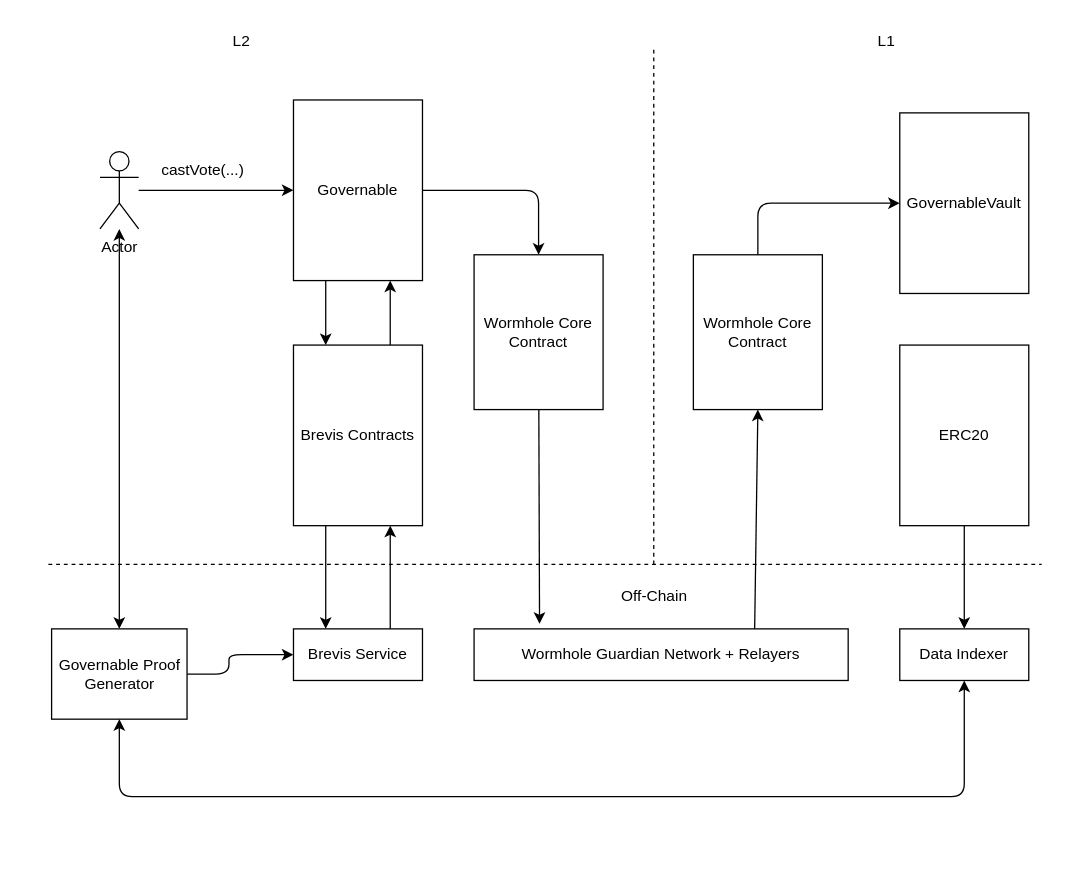
This is docs/arch.drawio from Governable/governable-ui, a draw.io file, before an edit. Source tidied: cells renumbered, new cells numbered last; positions are measured from the earlier drawing's top-left corner, leaving out a move shared by most shapes. Both pictures are drawn from the tidied source at 129%, with x=0, y=0 at pixel (48, 22).
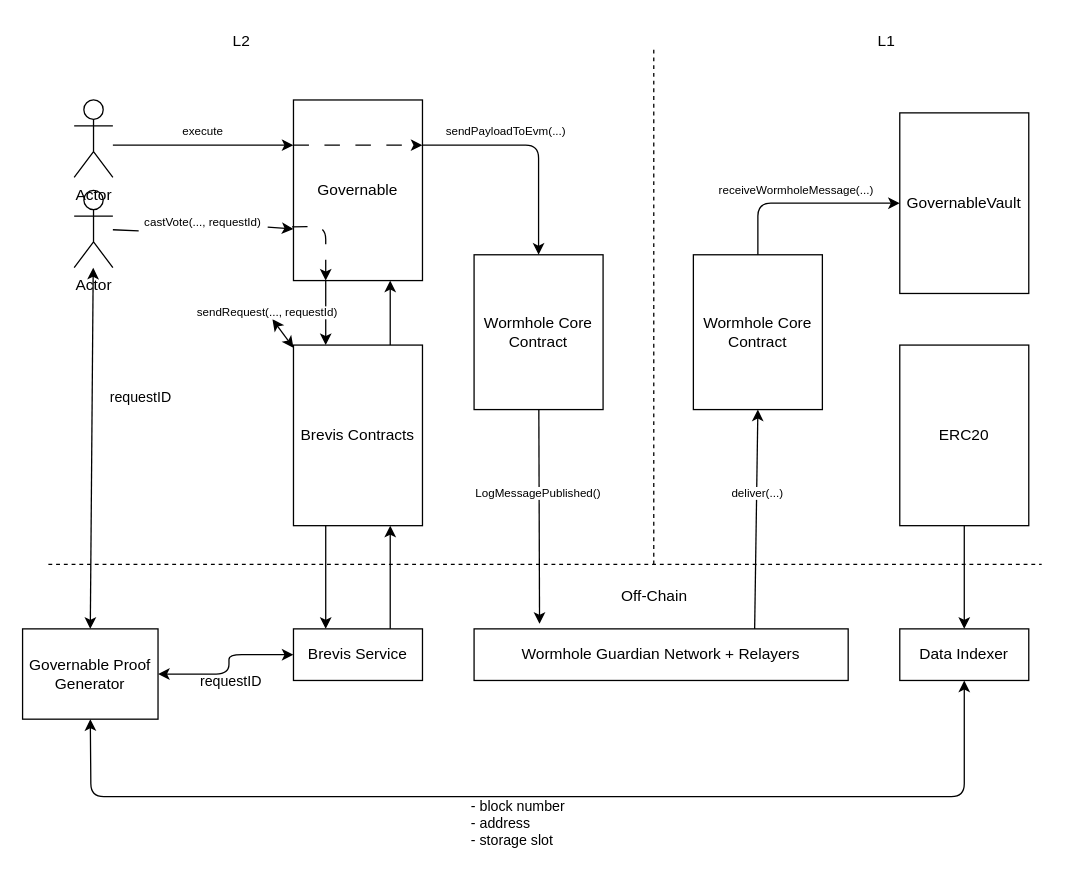
The same diagram, later.

Unchanged cells that the change refers to:
```xml
<mxCell id="7" value="&lt;font color=&quot;#000000&quot;&gt;Governable&lt;/font&gt;" style="rounded=0;whiteSpace=wrap;html=1;fillColor=none;strokeColor=#000000;" parent="1" vertex="1">
  <mxGeometry x="190" y="60" width="100" height="140" as="geometry" />
</mxCell>
<mxCell id="11" value="&lt;font color=&quot;#000000&quot;&gt;Brevis Contracts&lt;/font&gt;" style="rounded=0;whiteSpace=wrap;html=1;fillColor=none;strokeColor=#000000;" parent="1" vertex="1">
  <mxGeometry x="190" y="250" width="100" height="140" as="geometry" />
</mxCell>
<mxCell id="13" value="&lt;font color=&quot;#000000&quot;&gt;Brevis Service&lt;/font&gt;" style="rounded=0;whiteSpace=wrap;html=1;fillColor=none;strokeColor=#000000;" parent="1" vertex="1">
  <mxGeometry x="190" y="470" width="100" height="40" as="geometry" />
</mxCell>
<mxCell id="21" value="Wormhole Core&lt;br&gt;Contract" style="rounded=0;whiteSpace=wrap;html=1;labelBackgroundColor=none;strokeColor=#000000;fontColor=#000000;fillColor=none;" parent="1" vertex="1">
  <mxGeometry x="330" y="180" width="100" height="120" as="geometry" />
</mxCell>
<mxCell id="31" value="&lt;font color=&quot;#000000&quot;&gt;Data Indexer&lt;/font&gt;" style="rounded=0;whiteSpace=wrap;html=1;fillColor=none;strokeColor=#000000;" parent="1" vertex="1">
  <mxGeometry x="660" y="470" width="100" height="40" as="geometry" />
</mxCell>
```

The edit, as a diff of the source:
```diff
@@
-    <mxCell id="2" style="edgeStyle=none;html=1;entryX=0;entryY=0.5;entryDx=0;entryDy=0;fontColor=#000000;strokeColor=#000000;" parent="1" edge="1" source="4" target="7">
+    <mxCell id="2" style="edgeStyle=none;html=1;entryX=0;entryY=0.714;entryDx=0;entryDy=0;fontColor=#000000;strokeColor=#000000;entryPerimeter=0;startArrow=none;" parent="1" edge="1" source="8" target="7">
       <mxGeometry relative="1" as="geometry" />
     </mxCell>
@@
     <mxCell id="4" value="Actor" style="shape=umlActor;verticalLabelPosition=bottom;verticalAlign=top;html=1;outlineConnect=0;strokeColor=#000000;fillColor=none;" parent="1" vertex="1">
-      <mxGeometry x="40" y="100" width="30" height="60" as="geometry" />
+      <mxGeometry x="20" y="130" width="30" height="60" as="geometry" />
     </mxCell>
@@
-    <mxCell id="6" style="edgeStyle=none;html=1;entryX=0.5;entryY=0;entryDx=0;entryDy=0;strokeColor=#000000;fontColor=#000000;" parent="1" edge="1" source="7" target="21">
+    <mxCell id="6" style="edgeStyle=none;html=1;entryX=0.5;entryY=0;entryDx=0;entryDy=0;strokeColor=#000000;fontColor=#000000;exitX=1;exitY=0.25;exitDx=0;exitDy=0;" parent="1" edge="1" source="7" target="21">
       <mxGeometry relative="1" as="geometry">
         <Array as="points">
-          <mxPoint x="380" y="130" />
+          <mxPoint x="380" y="95" />
         </Array>
       </mxGeometry>
     </mxCell>
@@
-    <mxCell id="8" value="castVote(...)" style="text;html=1;strokeColor=none;fillColor=none;align=center;verticalAlign=middle;whiteSpace=wrap;rounded=0;labelBackgroundColor=none;fontColor=#000000;" parent="1" vertex="1">
-      <mxGeometry x="90" y="100" width="60" height="30" as="geometry" />
-    </mxCell>
@@
     <mxCell id="14" style="edgeStyle=none;html=1;strokeColor=#000000;fontColor=#000000;startArrow=classic;startFill=1;exitX=0.5;exitY=1;exitDx=0;exitDy=0;entryX=0.5;entryY=1;entryDx=0;entryDy=0;" parent="1" edge="1" source="16" target="31">
       <mxGeometry relative="1" as="geometry">
         <Array as="points">
-          <mxPoint x="55" y="600" />
+          <mxPoint x="33" y="600" />
           <mxPoint x="710" y="600" />
         </Array>
       </mxGeometry>
     </mxCell>
+    <mxCell id="32" value="- block number&lt;br&gt;- address&lt;br&gt;- storage slot" style="edgeLabel;html=1;align=left;verticalAlign=middle;labelBackgroundColor=none;fontColor=#000000;" parent="14" vertex="1">
+      <mxGeometry x="-0.08" relative="1" as="geometry">
+        <mxPoint x="-27" y="20" as="offset" />
+      </mxGeometry>
+    </mxCell>
+    <mxCell id="33" value="requestID" style="edgeLabel;html=1;align=left;verticalAlign=middle;labelBackgroundColor=none;fontColor=#000000;" parent="14" vertex="1">
+      <mxGeometry x="-0.08" relative="1" as="geometry">
+        <mxPoint x="-237" y="-90" as="offset" />
+      </mxGeometry>
+    </mxCell>
+    <mxCell id="34" value="requestID" style="edgeLabel;html=1;align=left;verticalAlign=middle;labelBackgroundColor=none;fontColor=#000000;" parent="14" vertex="1">
+      <mxGeometry x="-0.08" relative="1" as="geometry">
+        <mxPoint x="-307" y="-310" as="offset" />
+      </mxGeometry>
+    </mxCell>
-    <mxCell id="15" style="edgeStyle=none;html=1;entryX=0;entryY=0.5;entryDx=0;entryDy=0;strokeColor=#000000;fontColor=#000000;startArrow=none;startFill=0;" parent="1" edge="1" source="16" target="13">
+    <mxCell id="15" style="edgeStyle=none;html=1;entryX=0;entryY=0.5;entryDx=0;entryDy=0;strokeColor=#000000;fontColor=#000000;startArrow=classic;startFill=1;" parent="1" edge="1" source="16" target="13">
       <mxGeometry relative="1" as="geometry">
         <Array as="points">
           <mxPoint x="140" y="505" />
           <mxPoint x="140" y="490" />
         </Array>
       </mxGeometry>
     </mxCell>
     <mxCell id="16" value="&lt;font color=&quot;#000000&quot;&gt;Governable Proof Generator&lt;/font&gt;" style="rounded=0;whiteSpace=wrap;html=1;fillColor=none;strokeColor=#000000;" parent="1" vertex="1">
-      <mxGeometry x="2.5" y="470" width="105" height="70" as="geometry" />
+      <mxGeometry x="-20" y="470" width="105" height="70" as="geometry" />
     </mxCell>
@@
+    <mxCell id="35" style="edgeStyle=none;html=1;fontSize=9;fontColor=#000000;startArrow=classic;startFill=1;" parent="1" edge="1" source="36" target="11">
+      <mxGeometry relative="1" as="geometry" />
+    </mxCell>
+    <mxCell id="36" value="sendRequest(..., requestId)" style="text;html=1;strokeColor=none;fillColor=#FFFFFF;align=center;verticalAlign=middle;whiteSpace=wrap;rounded=0;labelBackgroundColor=none;fontColor=#000000;fontSize=9;" parent="1" vertex="1">
+      <mxGeometry x="110" y="220" width="120" height="10" as="geometry" />
+    </mxCell>
+    <mxCell id="37" style="edgeStyle=none;html=1;entryX=0;entryY=0.25;entryDx=0;entryDy=0;fontSize=9;fontColor=#000000;startArrow=none;startFill=0;strokeColor=#000000;" parent="1" edge="1" target="7">
+      <mxGeometry relative="1" as="geometry">
+        <mxPoint x="50" y="95" as="sourcePoint" />
+      </mxGeometry>
+    </mxCell>
+    <mxCell id="38" value="Actor" style="shape=umlActor;verticalLabelPosition=bottom;verticalAlign=top;html=1;strokeColor=#000000;fillColor=none;" parent="1" vertex="1">
+      <mxGeometry x="20" y="60" width="30" height="60" as="geometry" />
+    </mxCell>
+    <mxCell id="39" style="edgeStyle=none;html=1;entryX=0;entryY=0.714;entryDx=0;entryDy=0;fontColor=#000000;strokeColor=#000000;entryPerimeter=0;endArrow=none;" parent="1" edge="1" source="4" target="8">
+      <mxGeometry relative="1" as="geometry" />
+    </mxCell>
+    <mxCell id="8" value="castVote(..., requestId)" style="text;html=1;strokeColor=none;fillColor=none;align=center;verticalAlign=middle;whiteSpace=wrap;rounded=0;labelBackgroundColor=none;fontColor=#000000;fontSize=9;" parent="1" vertex="1">
+      <mxGeometry x="70" y="140" width="100" height="30" as="geometry" />
+    </mxCell>
+    <mxCell id="40" value="execute" style="text;html=1;strokeColor=none;fillColor=none;align=center;verticalAlign=middle;whiteSpace=wrap;rounded=0;labelBackgroundColor=none;fontColor=#000000;fontSize=9;" parent="1" vertex="1">
+      <mxGeometry x="70" y="70" width="100" height="30" as="geometry" />
+    </mxCell>
+    <mxCell id="41" style="edgeStyle=none;html=1;exitX=-0.011;exitY=0.703;exitDx=0;exitDy=0;entryX=0.25;entryY=1;entryDx=0;entryDy=0;strokeColor=#000000;fontSize=9;fontColor=#000000;startArrow=none;startFill=0;exitPerimeter=0;dashed=1;dashPattern=12 12;" parent="1" edge="1" source="7" target="7">
+      <mxGeometry relative="1" as="geometry">
+        <Array as="points">
+          <mxPoint x="215" y="158" />
+        </Array>
+      </mxGeometry>
+    </mxCell>
+    <mxCell id="42" style="edgeStyle=none;html=1;exitX=0;exitY=0.25;exitDx=0;exitDy=0;entryX=1;entryY=0.25;entryDx=0;entryDy=0;dashed=1;dashPattern=12 12;strokeColor=#000000;fontSize=9;fontColor=#000000;startArrow=none;startFill=0;" parent="1" edge="1" source="7" target="7">
+      <mxGeometry relative="1" as="geometry" />
+    </mxCell>
+    <mxCell id="43" value="sendPayloadToEvm(...)" style="text;html=1;strokeColor=none;fillColor=none;align=center;verticalAlign=middle;whiteSpace=wrap;rounded=0;labelBackgroundColor=none;fontColor=#000000;fontSize=9;" parent="1" vertex="1">
+      <mxGeometry x="305" y="70" width="100" height="30" as="geometry" />
+    </mxCell>
+    <mxCell id="44" value="LogMessagePublished()" style="text;html=1;strokeColor=none;fillColor=#FFFFFF;align=center;verticalAlign=middle;whiteSpace=wrap;rounded=0;labelBackgroundColor=none;fontColor=#000000;fontSize=9;" parent="1" vertex="1">
+      <mxGeometry x="320" y="360" width="120" height="10" as="geometry" />
+    </mxCell>
+    <mxCell id="45" value="deliver(...)" style="text;html=1;strokeColor=none;fillColor=#FFFFFF;align=center;verticalAlign=middle;whiteSpace=wrap;rounded=0;labelBackgroundColor=none;fontColor=#000000;fontSize=9;" parent="1" vertex="1">
+      <mxGeometry x="490" y="360" width="120" height="10" as="geometry" />
+    </mxCell>
+    <mxCell id="46" value="receiveWormholeMessage(...)" style="text;html=1;strokeColor=none;fillColor=#FFFFFF;align=center;verticalAlign=middle;whiteSpace=wrap;rounded=0;labelBackgroundColor=none;fontColor=#000000;fontSize=9;" parent="1" vertex="1">
+      <mxGeometry x="520" y="125" width="120" height="10" as="geometry" />
+    </mxCell>
```
